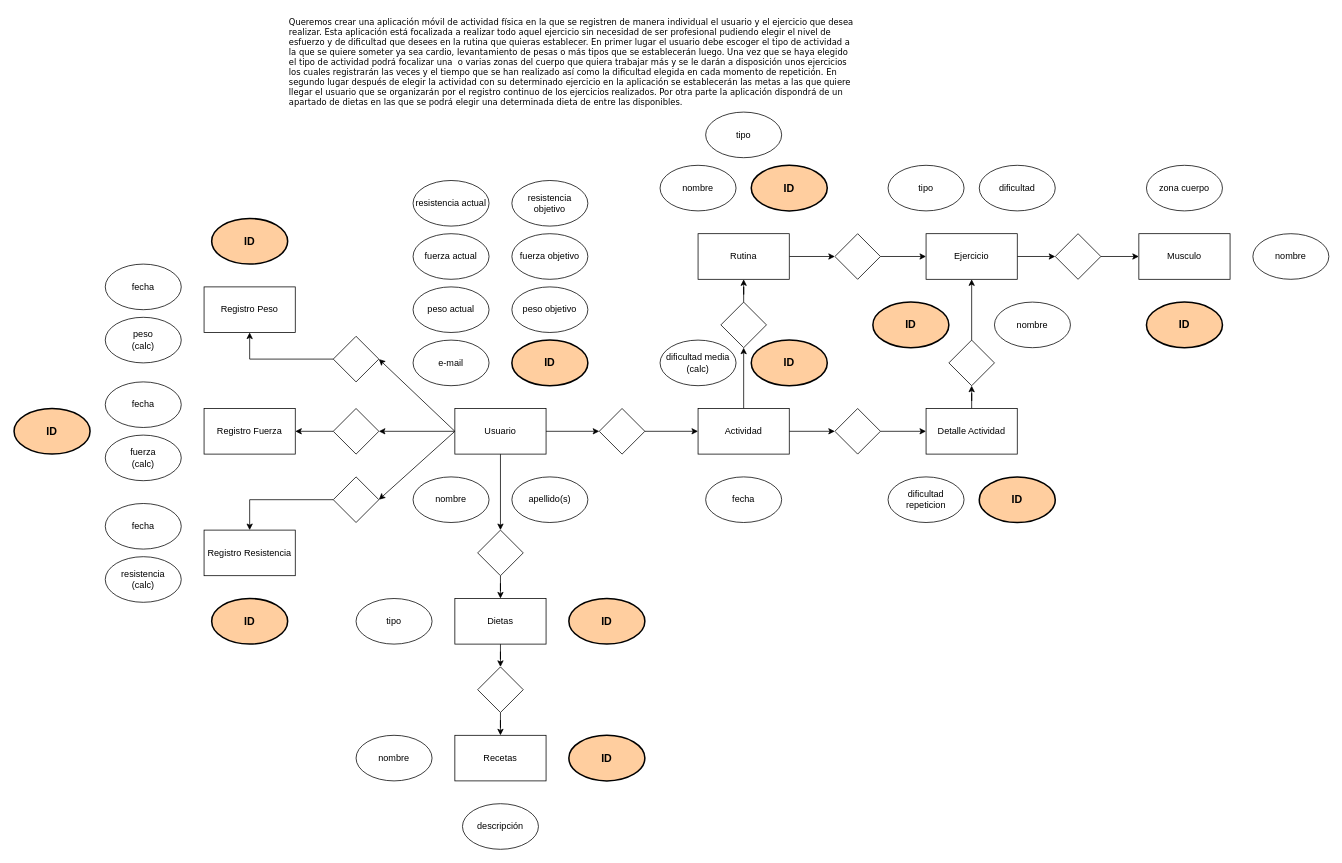
Above: drawio/Grupo 8 E/R Grupo 7.drawio in DiEgOfercri/Modelos-BBDD (draw.io), before the change. Source tidied: cells renumbered, new cells numbered last; positions are measured from the earlier drawing's top-left corner, leaving out a move shared by most shapes. Both pictures are drawn from the tidied source at 76%, with x=0, y=0 at pixel (14, 13).
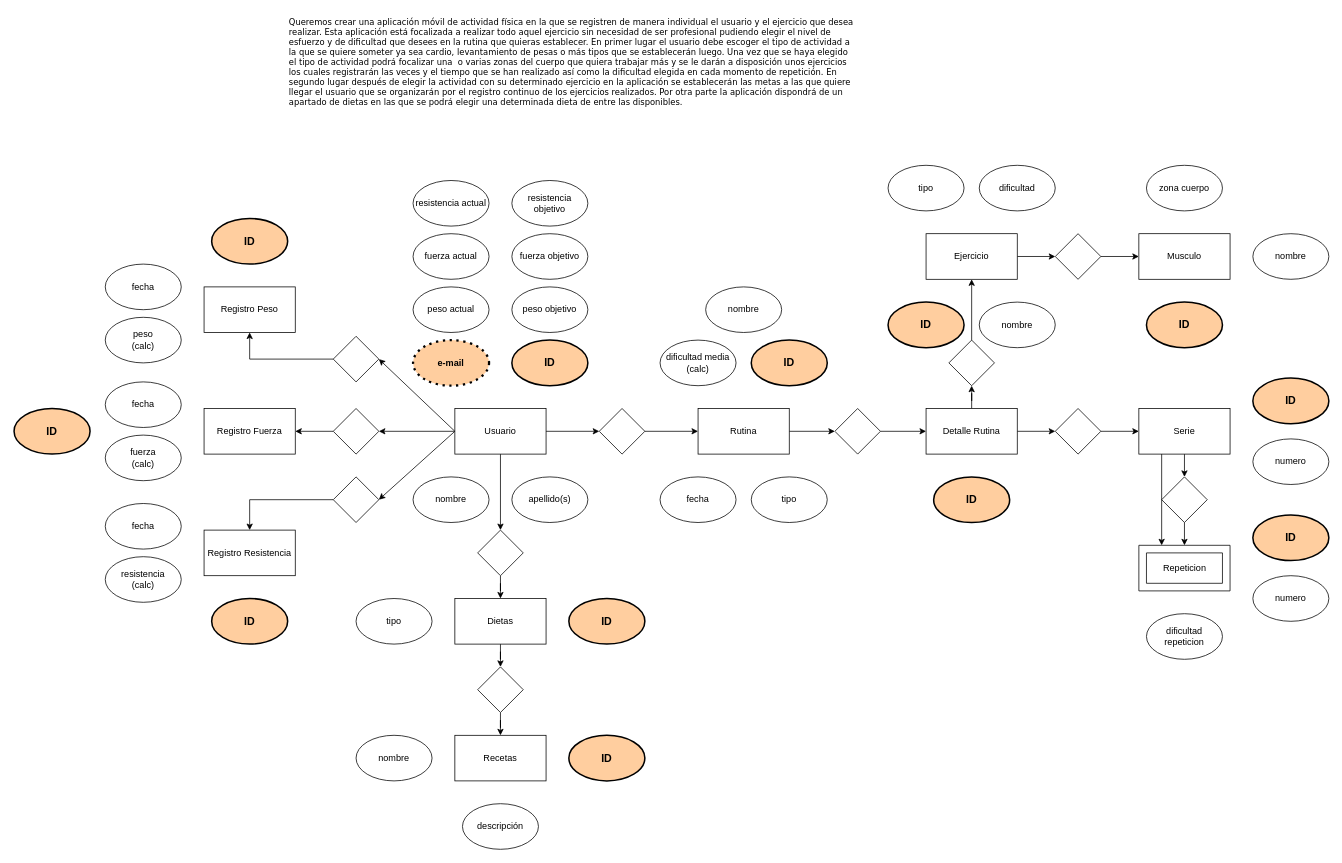
The same page after the edit.

The change refers to these unchanged cells:
```xml
<mxCell id="10" value="Ejercicio" style="rounded=0;whiteSpace=wrap;html=1;" parent="1" vertex="1">
  <mxGeometry x="1200" y="290" width="120" height="60" as="geometry" />
</mxCell>
```

Change to the diagram source:
```diff
@@
-    <mxCell id="11" style="edgeStyle=orthogonalEdgeStyle;rounded=0;jettySize=auto;html=1;entryX=0;entryY=0.5;entryDx=0;entryDy=0;" parent="1" edge="1" source="12" target="79">
-      <mxGeometry relative="1" as="geometry" />
-    </mxCell>
-    <mxCell id="12" value="Rutina" style="rounded=0;whiteSpace=wrap;html=1;" parent="1" vertex="1">
-      <mxGeometry x="900" y="290" width="120" height="60" as="geometry" />
-    </mxCell>
@@
+    <mxCell id="86" style="edgeStyle=orthogonalEdgeStyle;rounded=0;jettySize=auto;html=1;exitX=1;exitY=0.5;exitDx=0;exitDy=0;entryX=0;entryY=0.5;entryDx=0;entryDy=0;" parent="1" edge="1" source="15" target="94">
+      <mxGeometry relative="1" as="geometry" />
+    </mxCell>
-    <mxCell id="15" value="Detalle Actividad" style="rounded=0;whiteSpace=wrap;html=1;" parent="1" vertex="1">
+    <mxCell id="15" value="Detalle Rutina" style="rounded=0;whiteSpace=wrap;html=1;" parent="1" vertex="1">
       <mxGeometry x="1200" y="520" width="120" height="60" as="geometry" />
     </mxCell>
     <mxCell id="16" value="dificultad repeticion" style="ellipse;whiteSpace=wrap;html=1;" parent="1" vertex="1">
-      <mxGeometry x="1150" y="610" width="100" height="60" as="geometry" />
+      <mxGeometry x="1490" y="790" width="100" height="60" as="geometry" />
     </mxCell>
@@
     <mxCell id="20" value="tipo" style="ellipse;whiteSpace=wrap;html=1;" parent="1" vertex="1">
-      <mxGeometry x="910" y="130" width="100" height="60" as="geometry" />
+      <mxGeometry x="970" y="610" width="100" height="60" as="geometry" />
     </mxCell>
@@
-    <mxCell id="39" style="edgeStyle=orthogonalEdgeStyle;rounded=0;jettySize=auto;html=1;entryX=0.5;entryY=1;entryDx=0;entryDy=0;" parent="1" edge="1" source="41" target="77">
-      <mxGeometry relative="1" as="geometry" />
-    </mxCell>
@@
-    <mxCell id="41" value="Actividad" style="rounded=0;whiteSpace=wrap;html=1;" parent="1" vertex="1">
+    <mxCell id="41" value="Rutina" style="rounded=0;whiteSpace=wrap;html=1;" parent="1" vertex="1">
       <mxGeometry x="900" y="520" width="120" height="60" as="geometry" />
     </mxCell>
@@
     <mxCell id="43" value="fecha" style="ellipse;whiteSpace=wrap;html=1;" parent="1" vertex="1">
-      <mxGeometry x="910" y="610" width="100" height="60" as="geometry" />
+      <mxGeometry x="850" y="610" width="100" height="60" as="geometry" />
     </mxCell>
@@
-    <mxCell id="47" value="e-mail" style="ellipse;whiteSpace=wrap;html=1;" parent="1" vertex="1">
+    <mxCell id="47" value="e-mail" style="ellipse;whiteSpace=wrap;html=1;fillColor=#FFCE9F;strokeWidth=3;dashed=1;dashPattern=1 2;fontStyle=1;" parent="1" vertex="1">
       <mxGeometry x="525" y="430" width="100" height="60" as="geometry" />
     </mxCell>
@@
     <mxCell id="56" value="ID" style="ellipse;whiteSpace=wrap;html=1;strokeWidth=2;fontStyle=1;fontSize=14;fillColor=#FFCE9F;" parent="1" vertex="1">
-      <mxGeometry x="1270" y="610" width="100" height="60" as="geometry" />
+      <mxGeometry x="1210" y="610" width="100" height="60" as="geometry" />
     </mxCell>
     <mxCell id="57" value="nombre" style="ellipse;whiteSpace=wrap;html=1;" parent="1" vertex="1">
-      <mxGeometry x="850" y="200" width="100" height="60" as="geometry" />
+      <mxGeometry x="910" y="360" width="100" height="60" as="geometry" />
     </mxCell>
-    <mxCell id="58" value="ID" style="ellipse;whiteSpace=wrap;html=1;strokeWidth=2;fontStyle=1;fontSize=14;fillColor=#FFCE9F;" parent="1" vertex="1">
-      <mxGeometry x="970" y="200" width="100" height="60" as="geometry" />
-    </mxCell>
@@
     <mxCell id="60" value="ID" style="ellipse;whiteSpace=wrap;html=1;strokeWidth=2;fontStyle=1;fontSize=14;fillColor=#FFCE9F;" parent="1" vertex="1">
-      <mxGeometry x="1130" y="380" width="100" height="60" as="geometry" />
+      <mxGeometry x="1150" y="380" width="100" height="60" as="geometry" />
     </mxCell>
@@
-    <mxCell id="76" style="edgeStyle=orthogonalEdgeStyle;rounded=0;jettySize=auto;html=1;entryX=0.5;entryY=1;entryDx=0;entryDy=0;" parent="1" edge="1" source="77" target="12">
-      <mxGeometry relative="1" as="geometry" />
-    </mxCell>
-    <mxCell id="77" style="rhombus;whiteSpace=wrap;html=1;" parent="1" vertex="1">
-      <mxGeometry x="930" y="380" width="60" height="60" as="geometry" />
-    </mxCell>
-    <mxCell id="78" style="edgeStyle=orthogonalEdgeStyle;rounded=0;jettySize=auto;html=1;entryX=0;entryY=0.5;entryDx=0;entryDy=0;" parent="1" edge="1" source="79" target="10">
-      <mxGeometry relative="1" as="geometry" />
-    </mxCell>
-    <mxCell id="79" style="rhombus;whiteSpace=wrap;html=1;" parent="1" vertex="1">
-      <mxGeometry x="1080" y="290" width="60" height="60" as="geometry" />
-    </mxCell>
@@
     <mxCell id="83" value="nombre" style="ellipse;whiteSpace=wrap;html=1;" parent="1" vertex="1">
-      <mxGeometry x="1290" y="380" width="100" height="60" as="geometry" />
+      <mxGeometry x="1270" y="380" width="100" height="60" as="geometry" />
     </mxCell>
@@
+    <mxCell id="87" style="edgeStyle=orthogonalEdgeStyle;rounded=0;jettySize=auto;html=1;exitX=0.5;exitY=1;exitDx=0;exitDy=0;entryX=0.5;entryY=0;entryDx=0;entryDy=0;" parent="1" edge="1" source="88" target="95">
+      <mxGeometry relative="1" as="geometry" />
+    </mxCell>
+    <mxCell id="88" value="Serie" style="rounded=0;whiteSpace=wrap;html=1;" parent="1" vertex="1">
+      <mxGeometry x="1480" y="520" width="120" height="60" as="geometry" />
+    </mxCell>
+    <mxCell id="89" value="ID" style="ellipse;whiteSpace=wrap;html=1;strokeWidth=2;fontStyle=1;fontSize=14;fillColor=#FFCE9F;" parent="1" vertex="1">
+      <mxGeometry x="1630" y="480" width="100" height="60" as="geometry" />
+    </mxCell>
+    <mxCell id="90" value="numero" style="ellipse;whiteSpace=wrap;html=1;" parent="1" vertex="1">
+      <mxGeometry x="1630" y="560" width="100" height="60" as="geometry" />
+    </mxCell>
+    <mxCell id="91" value="ID" style="ellipse;whiteSpace=wrap;html=1;strokeWidth=2;fontStyle=1;fontSize=14;fillColor=#FFCE9F;" parent="1" vertex="1">
+      <mxGeometry x="1630" y="660" width="100" height="60" as="geometry" />
+    </mxCell>
+    <mxCell id="92" value="numero" style="ellipse;whiteSpace=wrap;html=1;" parent="1" vertex="1">
+      <mxGeometry x="1630" y="740" width="100" height="60" as="geometry" />
+    </mxCell>
+    <mxCell id="93" style="edgeStyle=orthogonalEdgeStyle;rounded=0;jettySize=auto;html=1;exitX=1;exitY=0.5;exitDx=0;exitDy=0;entryX=0;entryY=0.5;entryDx=0;entryDy=0;" parent="1" edge="1" source="94" target="88">
+      <mxGeometry relative="1" as="geometry" />
+    </mxCell>
+    <mxCell id="94" style="rhombus;whiteSpace=wrap;html=1;" parent="1" vertex="1">
+      <mxGeometry x="1370" y="520" width="60" height="60" as="geometry" />
+    </mxCell>
+    <mxCell id="95" style="rhombus;whiteSpace=wrap;html=1;" parent="1" vertex="1">
+      <mxGeometry x="1510" y="610" width="60" height="60" as="geometry" />
+    </mxCell>
+    <mxCell id="96" style="group;" parent="1" vertex="1">
+      <mxGeometry x="1480" y="700" width="120" height="60" as="geometry" />
+    </mxCell>
+    <mxCell id="97" style="verticalLabelPosition=bottom;verticalAlign=top;html=1;shape=mxgraph.basic.frame;dx=10;whiteSpace=wrap;" parent="96" vertex="1">
+      <mxGeometry width="120" height="60" as="geometry" />
+    </mxCell>
+    <mxCell id="98" value="Repeticion" style="text;html=1;align=center;verticalAlign=middle;strokeColor=none;fillColor=none;" parent="96" vertex="1">
+      <mxGeometry x="20" y="15" width="80" height="30" as="geometry" />
+    </mxCell>
+    <mxCell id="99" style="edgeStyle=orthogonalEdgeStyle;rounded=0;jettySize=auto;html=1;exitX=0.25;exitY=1;exitDx=0;exitDy=0;entryX=0;entryY=0;entryDx=30.000000000000004;entryDy=0;entryPerimeter=0;" parent="1" edge="1" source="88" target="97">
+      <mxGeometry relative="1" as="geometry" />
+    </mxCell>
+    <mxCell id="100" style="edgeStyle=orthogonalEdgeStyle;rounded=0;jettySize=auto;html=1;exitX=0.5;exitY=1;exitDx=0;exitDy=0;entryX=0.5;entryY=0;entryDx=0;entryDy=0;entryPerimeter=0;" parent="1" edge="1" source="95" target="97">
+      <mxGeometry relative="1" as="geometry" />
+    </mxCell>
```
